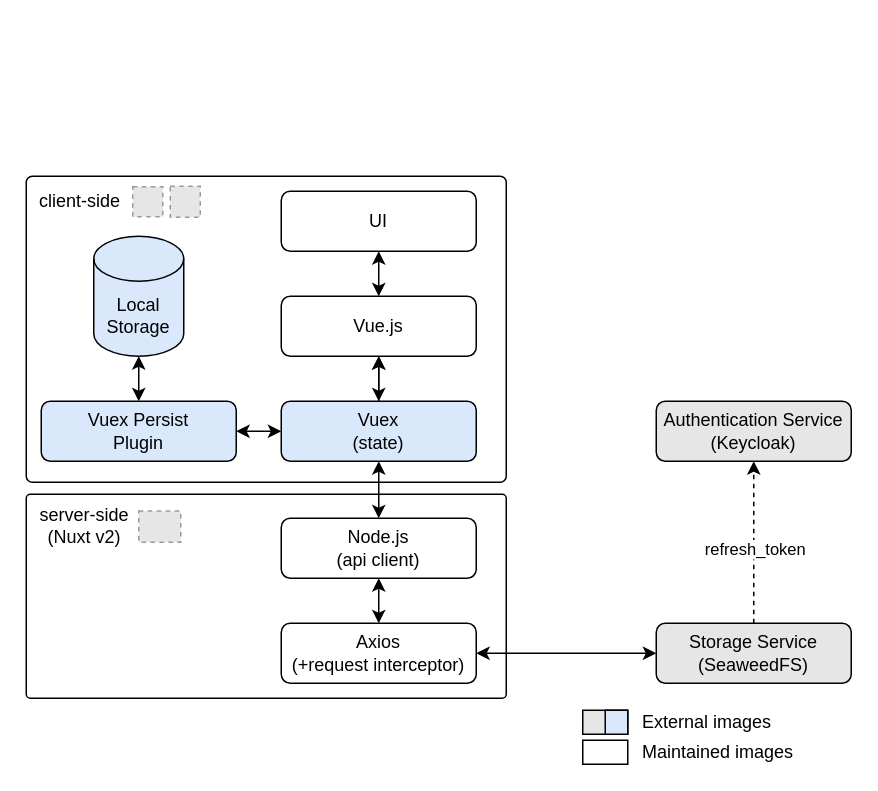
DBRepo-Project/dbrepo keeps this draw.io diagram as page "ui" (2 of 8) of .docs/images/architecture.drawio. Above is the earlier version. Source tidied: cells renumbered, new cells numbered last; positions are measured from the earlier drawing's top-left corner, leaving out a move shared by most shapes. Both pictures are drawn from the tidied source at 150%, with x=0, y=0 at pixel (26, 176). Pictures stored in the file or linked from it are replaced by grey dashed boxes.
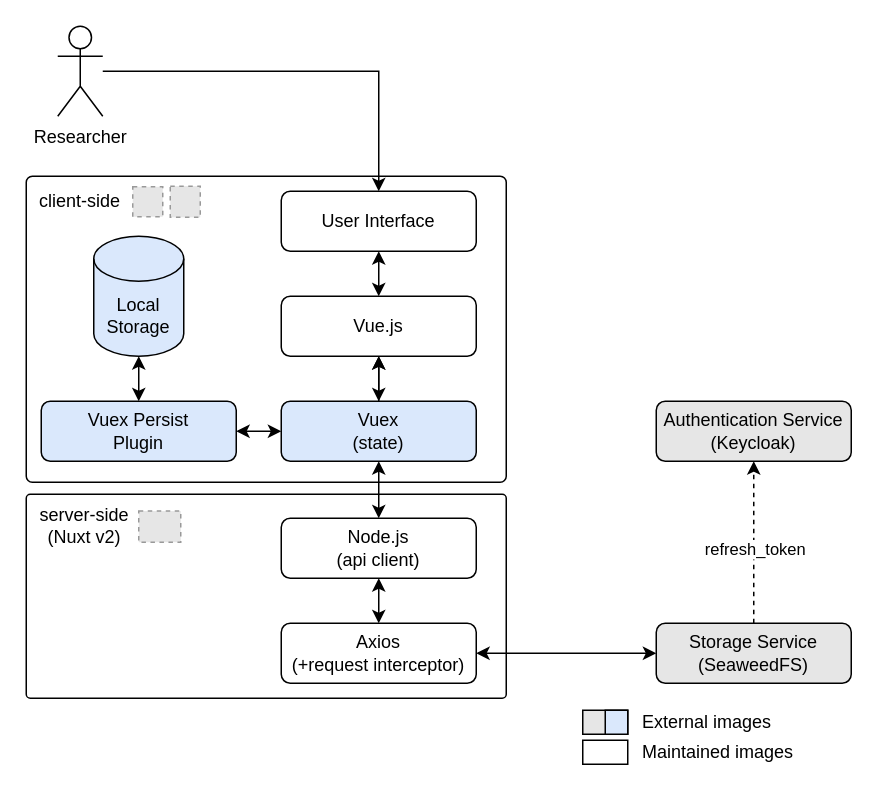
The same diagram, later.

Change to the diagram source:
```diff
@@
-    <mxCell id="4" value="UI" style="rounded=1;whiteSpace=wrap;html=1;" parent="1" vertex="1">
+    <mxCell id="4" value="User Interface" style="rounded=1;whiteSpace=wrap;html=1;" parent="1" vertex="1">
       <mxGeometry x="170" y="10" width="130" height="40" as="geometry" />
     </mxCell>
@@
+    <mxCell id="33" style="edgeStyle=orthogonalEdgeStyle;rounded=0;jettySize=auto;html=1;" parent="1" edge="1" source="34" target="4">
+      <mxGeometry relative="1" as="geometry" />
+    </mxCell>
+    <mxCell id="34" value="Researcher" style="shape=umlActor;verticalLabelPosition=bottom;verticalAlign=top;html=1;outlineConnect=0;" parent="1" vertex="1">
+      <mxGeometry x="21" y="-100" width="30" height="60" as="geometry" />
+    </mxCell>
```
